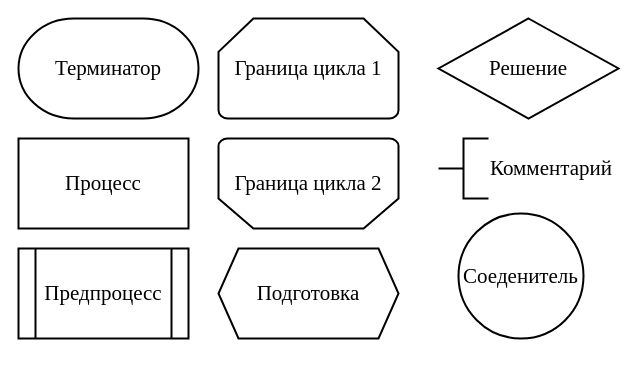
The draw.io diagram base alghoritms.drawio in lenferer/draw.io, before the edit. Source tidied: cells renumbered, new cells numbered last; positions are measured from the earlier drawing's top-left corner, leaving out a move shared by most shapes. Both pictures are drawn from the tidied source at 100%, with x=0, y=0 at pixel (18, 18).
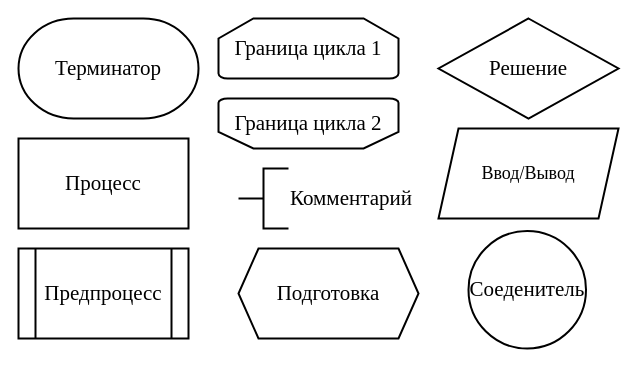
The same diagram, later.

What changed in the source:
```diff
@@
 <mxGraphModel>
   <root>
     <mxCell id="0" />
     <mxCell id="1" parent="0" />
     <mxCell id="2" value="Терминатор" style="strokeWidth=2;html=1;shape=mxgraph.flowchart.terminator;whiteSpace=wrap;fontFamily=Times New Roman;fontSize=21;" parent="1" vertex="1">
       <mxGeometry width="180" height="100" as="geometry" />
     </mxCell>
     <mxCell id="3" value="Процесс" style="rounded=0;whiteSpace=wrap;html=1;strokeWidth=2;fontFamily=Times New Roman;fontSize=21;" parent="1" vertex="1">
       <mxGeometry y="120" width="170" height="90" as="geometry" />
     </mxCell>
     <mxCell id="4" value="Предпроцесс" style="shape=process;whiteSpace=wrap;html=1;backgroundOutline=1;strokeWidth=2;fontFamily=Times New Roman;fontSize=21;" parent="1" vertex="1">
       <mxGeometry y="230" width="170" height="90" as="geometry" />
     </mxCell>
     <mxCell id="5" value="Решение" style="strokeWidth=2;html=1;shape=mxgraph.flowchart.decision;whiteSpace=wrap;fontFamily=Times New Roman;fontSize=21;" parent="1" vertex="1">
       <mxGeometry x="420" width="180" height="100" as="geometry" />
     </mxCell>
     <mxCell id="6" value="Граница цикла 1" style="strokeWidth=2;html=1;shape=mxgraph.flowchart.loop_limit;whiteSpace=wrap;fontFamily=Times New Roman;fontSize=21;" parent="1" vertex="1">
-      <mxGeometry x="200" width="180" height="100" as="geometry" />
+      <mxGeometry x="200" width="180" height="60" as="geometry" />
     </mxCell>
     <mxCell id="7" value="Граница цикла 2" style="strokeWidth=2;html=1;shape=mxgraph.flowchart.loop_limit;whiteSpace=wrap;direction=west;fontFamily=Times New Roman;fontSize=21;" parent="1" vertex="1">
-      <mxGeometry x="200" y="120" width="180" height="90" as="geometry" />
+      <mxGeometry x="200" y="80" width="180" height="50" as="geometry" />
     </mxCell>
     <mxCell id="8" value="&lt;div style=&quot;font-size: 21px;&quot;&gt;Комментарий&lt;/div&gt;" style="strokeWidth=2;html=1;shape=mxgraph.flowchart.annotation_2;align=left;labelPosition=right;fontFamily=Times New Roman;fontSize=21;" parent="1" vertex="1">
-      <mxGeometry x="420" y="120" width="50" height="60" as="geometry" />
+      <mxGeometry x="220" y="150" width="50" height="60" as="geometry" />
     </mxCell>
     <mxCell id="9" value="Подготовка" style="shape=hexagon;perimeter=hexagonPerimeter2;whiteSpace=wrap;html=1;fixedSize=1;fontFamily=Times New Roman;fontSize=21;strokeWidth=2;" parent="1" vertex="1">
-      <mxGeometry x="200" y="230" width="180" height="90" as="geometry" />
+      <mxGeometry x="220" y="230" width="180" height="90" as="geometry" />
     </mxCell>
     <mxCell id="10" value="Соеденитель" style="ellipse;whiteSpace=wrap;html=1;fontFamily=Times New Roman;fontSize=21;strokeWidth=2;" parent="1" vertex="1">
-      <mxGeometry x="440" y="195" width="125" height="125" as="geometry" />
+      <mxGeometry x="450" y="212.5" width="117.5" height="117.5" as="geometry" />
     </mxCell>
+    <mxCell id="11" value="&lt;font style=&quot;font-size: 18px;&quot; face=&quot;Times New Roman&quot;&gt;Ввод/Вывод&lt;/font&gt;" style="shape=parallelogram;perimeter=parallelogramPerimeter;whiteSpace=wrap;html=1;fixedSize=1;strokeWidth=2;" parent="1" vertex="1">
+      <mxGeometry x="420" y="110" width="180" height="90" as="geometry" />
+    </mxCell>
   </root>
 </mxGraphModel>
```
